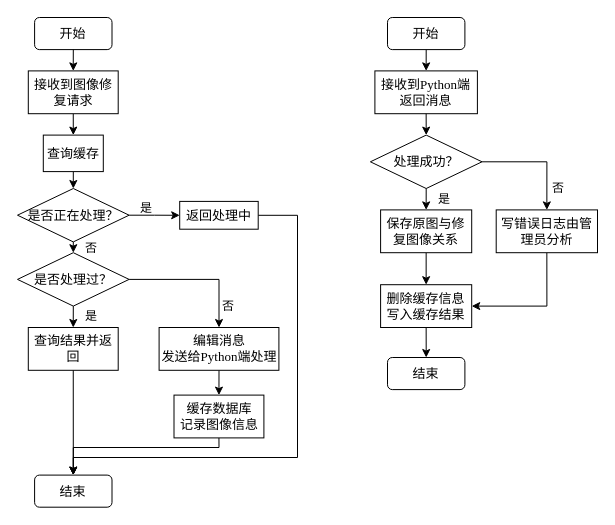
The draw.io diagram Java端流程.drawio in LiSoulSpace/GitBook, before the edit. Source tidied: cells renumbered, new cells numbered last; positions are measured from the earlier drawing's top-left corner, leaving out a move shared by most shapes. Both pictures are drawn from the tidied source at 100%, with x=0, y=0 at pixel (17, 17).
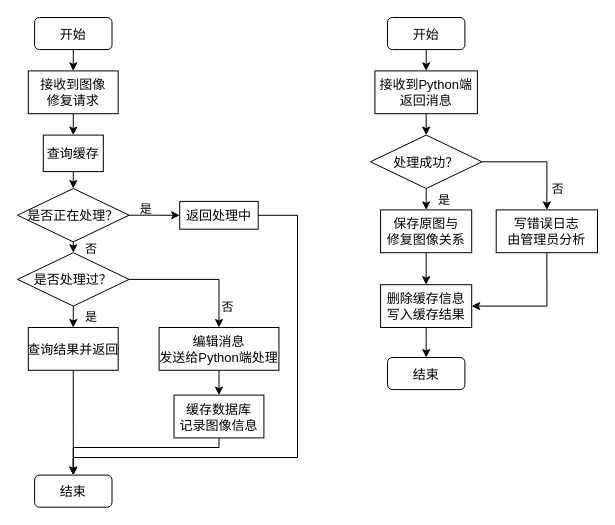
After the change.

Commit message:
更新Java端流程.drawio

The edit, as a diff of the source:
```diff
@@
-    <mxCell id="2" value="开始" style="rounded=1;whiteSpace=wrap;html=1;fontSize=13;fontFamily=宋体;" parent="1" vertex="1">
+    <mxCell id="2" value="开始" style="rounded=1;fontSize=13;fontFamily=宋体;" parent="1" vertex="1">
       <mxGeometry x="17.1" width="77.4" height="32.1" as="geometry" />
     </mxCell>
-    <mxCell id="3" style="edgeStyle=orthogonalEdgeStyle;rounded=0;jettySize=auto;html=1;exitX=0.5;exitY=1;exitDx=0;exitDy=0;entryX=0.5;entryY=0;entryDx=0;entryDy=0;" parent="1" edge="1" source="4" target="36">
+    <mxCell id="3" style="edgeStyle=orthogonalEdgeStyle;rounded=0;jettySize=auto;exitX=0.5;exitY=1;exitDx=0;exitDy=0;entryX=0.5;entryY=0;entryDx=0;entryDy=0;" parent="1" edge="1" source="4" target="36">
       <mxGeometry relative="1" as="geometry" />
     </mxCell>
-    <mxCell id="4" value="接收到图像修复请求" style="rounded=0;whiteSpace=wrap;html=1;fontSize=13;fontFamily=宋体;" parent="1" vertex="1">
+    <mxCell id="4" value="接收到图像&#10;修复请求" style="rounded=0;fontSize=13;fontFamily=宋体;" parent="1" vertex="1">
       <mxGeometry x="10.8" y="53.4" width="89.9" height="42.8" as="geometry" />
     </mxCell>
-    <mxCell id="5" style="edgeStyle=orthogonalEdgeStyle;rounded=0;jettySize=auto;html=1;exitX=0.5;exitY=1;exitDx=0;exitDy=0;entryX=0.5;entryY=0;entryDx=0;entryDy=0;fontFamily=宋体;" parent="1" edge="1" source="2" target="4">
+    <mxCell id="5" style="edgeStyle=orthogonalEdgeStyle;rounded=0;jettySize=auto;exitX=0.5;exitY=1;exitDx=0;exitDy=0;entryX=0.5;entryY=0;entryDx=0;entryDy=0;fontFamily=宋体;" parent="1" edge="1" source="2" target="4">
       <mxGeometry relative="1" as="geometry" />
     </mxCell>
-    <mxCell id="6" value="是否处理过？" style="rhombus;whiteSpace=wrap;html=1;fontSize=13;fontFamily=宋体;" parent="1" vertex="1">
+    <mxCell id="6" value="是否处理过？" style="rhombus;fontSize=13;fontFamily=宋体;" parent="1" vertex="1">
       <mxGeometry y="235.2" width="111.6" height="53.4" as="geometry" />
     </mxCell>
-    <mxCell id="7" value="查询结果并返回" style="rounded=0;whiteSpace=wrap;html=1;fontSize=13;fontFamily=宋体;" parent="1" vertex="1">
+    <mxCell id="7" value="查询结果并返回" style="rounded=0;fontSize=13;fontFamily=宋体;" parent="1" vertex="1">
       <mxGeometry x="10.8" y="310" width="89.9" height="42.8" as="geometry" />
     </mxCell>
-    <mxCell id="8" style="edgeStyle=orthogonalEdgeStyle;rounded=0;jettySize=auto;html=1;exitX=0.5;exitY=1;exitDx=0;exitDy=0;entryX=0.5;entryY=0;entryDx=0;entryDy=0;fontFamily=宋体;" parent="1" edge="1" source="6" target="7">
+    <mxCell id="8" style="edgeStyle=orthogonalEdgeStyle;rounded=0;jettySize=auto;exitX=0.5;exitY=1;exitDx=0;exitDy=0;entryX=0.5;entryY=0;entryDx=0;entryDy=0;fontFamily=宋体;" parent="1" edge="1" source="6" target="7">
       <mxGeometry relative="1" as="geometry" />
     </mxCell>
-    <mxCell id="9" value="结束" style="rounded=1;whiteSpace=wrap;html=1;fontSize=13;fontFamily=宋体;" parent="1" vertex="1">
+    <mxCell id="9" value="结束" style="rounded=1;fontSize=13;fontFamily=宋体;" parent="1" vertex="1">
       <mxGeometry x="17.1" y="457.6" width="77.4" height="32.1" as="geometry" />
     </mxCell>
-    <mxCell id="10" style="edgeStyle=orthogonalEdgeStyle;rounded=0;jettySize=auto;html=1;exitX=0.5;exitY=1;exitDx=0;exitDy=0;entryX=0.5;entryY=0;entryDx=0;entryDy=0;fontFamily=宋体;" parent="1" edge="1" source="7" target="9">
+    <mxCell id="10" style="edgeStyle=orthogonalEdgeStyle;rounded=0;jettySize=auto;exitX=0.5;exitY=1;exitDx=0;exitDy=0;entryX=0.5;entryY=0;entryDx=0;entryDy=0;fontFamily=宋体;" parent="1" edge="1" source="7" target="9">
       <mxGeometry relative="1" as="geometry" />
     </mxCell>
-    <mxCell id="11" style="edgeStyle=orthogonalEdgeStyle;rounded=0;jettySize=auto;html=1;exitX=0.5;exitY=1;exitDx=0;exitDy=0;entryX=0.5;entryY=0;entryDx=0;entryDy=0;" parent="1" edge="1" source="12" target="31">
+    <mxCell id="11" style="edgeStyle=orthogonalEdgeStyle;rounded=0;jettySize=auto;exitX=0.5;exitY=1;exitDx=0;exitDy=0;entryX=0.5;entryY=0;entryDx=0;entryDy=0;" parent="1" edge="1" source="12" target="31">
       <mxGeometry relative="1" as="geometry" />
     </mxCell>
-    <mxCell id="12" value="编辑消息&lt;br&gt;发送给&lt;font face=&quot;Times New Roman&quot;&gt;Python&lt;/font&gt;端处理" style="rounded=0;whiteSpace=wrap;html=1;fontSize=13;fontFamily=宋体;" parent="1" vertex="1">
+    <mxCell id="12" value="编辑消息&#10;发送给Python端处理" style="rounded=0;fontSize=13;fontFamily=宋体;" parent="1" vertex="1">
       <mxGeometry x="141.6" y="310" width="119.8" height="42.8" as="geometry" />
     </mxCell>
-    <mxCell id="13" style="edgeStyle=orthogonalEdgeStyle;rounded=0;jettySize=auto;html=1;exitX=1;exitY=0.5;exitDx=0;exitDy=0;entryX=0.5;entryY=0;entryDx=0;entryDy=0;fontFamily=宋体;" parent="1" edge="1" source="6" target="12">
+    <mxCell id="13" style="edgeStyle=orthogonalEdgeStyle;rounded=0;jettySize=auto;exitX=1;exitY=0.5;exitDx=0;exitDy=0;entryX=0.5;entryY=0;entryDx=0;entryDy=0;fontFamily=宋体;" parent="1" edge="1" source="6" target="12">
       <mxGeometry relative="1" as="geometry" />
     </mxCell>
-    <mxCell id="14" value="接收到&lt;font face=&quot;Times New Roman&quot;&gt;Python&lt;/font&gt;端返回消息" style="rounded=0;whiteSpace=wrap;html=1;fontSize=13;fontFamily=宋体;" parent="1" vertex="1">
+    <mxCell id="14" value="接收到Python端&#10;返回消息" style="rounded=0;fontSize=13;fontFamily=宋体;" parent="1" vertex="1">
       <mxGeometry x="357.4" y="53.4" width="102.5" height="42.8" as="geometry" />
     </mxCell>
-    <mxCell id="15" style="edgeStyle=orthogonalEdgeStyle;rounded=0;jettySize=auto;html=1;exitX=0.5;exitY=1;exitDx=0;exitDy=0;entryX=0.5;entryY=0;entryDx=0;entryDy=0;fontFamily=宋体;" parent="1" edge="1" source="16" target="14">
+    <mxCell id="15" style="edgeStyle=orthogonalEdgeStyle;rounded=0;jettySize=auto;exitX=0.5;exitY=1;exitDx=0;exitDy=0;entryX=0.5;entryY=0;entryDx=0;entryDy=0;fontFamily=宋体;" parent="1" edge="1" source="16" target="14">
       <mxGeometry relative="1" as="geometry" />
     </mxCell>
-    <mxCell id="16" value="开始" style="rounded=1;whiteSpace=wrap;html=1;fontSize=13;fontFamily=宋体;" parent="1" vertex="1">
+    <mxCell id="16" value="开始" style="rounded=1;fontSize=13;fontFamily=宋体;" parent="1" vertex="1">
       <mxGeometry x="370" width="77.4" height="32.1" as="geometry" />
     </mxCell>
-    <mxCell id="17" value="处理成功？" style="rhombus;whiteSpace=wrap;html=1;fontSize=13;fontFamily=宋体;" parent="1" vertex="1">
+    <mxCell id="17" value="处理成功？" style="rhombus;fontSize=13;fontFamily=宋体;" parent="1" vertex="1">
       <mxGeometry x="352.9" y="117.6" width="111.6" height="53.4" as="geometry" />
     </mxCell>
-    <mxCell id="18" style="edgeStyle=orthogonalEdgeStyle;rounded=0;jettySize=auto;html=1;exitX=0.5;exitY=1;exitDx=0;exitDy=0;entryX=0.5;entryY=0;entryDx=0;entryDy=0;fontFamily=宋体;" parent="1" edge="1" source="14" target="17">
+    <mxCell id="18" style="edgeStyle=orthogonalEdgeStyle;rounded=0;jettySize=auto;exitX=0.5;exitY=1;exitDx=0;exitDy=0;entryX=0.5;entryY=0;entryDx=0;entryDy=0;fontFamily=宋体;" parent="1" edge="1" source="14" target="17">
       <mxGeometry relative="1" as="geometry" />
     </mxCell>
-    <mxCell id="19" style="edgeStyle=orthogonalEdgeStyle;rounded=0;jettySize=auto;html=1;exitX=0.5;exitY=1;exitDx=0;exitDy=0;entryX=0.5;entryY=0;entryDx=0;entryDy=0;" parent="1" edge="1" source="20" target="42">
+    <mxCell id="19" style="edgeStyle=orthogonalEdgeStyle;rounded=0;jettySize=auto;exitX=0.5;exitY=1;exitDx=0;exitDy=0;entryX=0.5;entryY=0;entryDx=0;entryDy=0;" parent="1" edge="1" source="20" target="42">
       <mxGeometry relative="1" as="geometry" />
     </mxCell>
-    <mxCell id="20" value="保存原图与修复图像关系" style="rounded=0;whiteSpace=wrap;html=1;fontSize=13;fontFamily=宋体;" parent="1" vertex="1">
+    <mxCell id="20" value="保存原图与&#10;修复图像关系" style="rounded=0;fontSize=13;fontFamily=宋体;" parent="1" vertex="1">
       <mxGeometry x="363.1" y="192.4" width="91.1" height="42.8" as="geometry" />
     </mxCell>
-    <mxCell id="21" style="edgeStyle=orthogonalEdgeStyle;rounded=0;jettySize=auto;html=1;exitX=0.5;exitY=1;exitDx=0;exitDy=0;entryX=0.5;entryY=0;entryDx=0;entryDy=0;fontFamily=宋体;" parent="1" edge="1" source="17" target="20">
+    <mxCell id="21" style="edgeStyle=orthogonalEdgeStyle;rounded=0;jettySize=auto;exitX=0.5;exitY=1;exitDx=0;exitDy=0;entryX=0.5;entryY=0;entryDx=0;entryDy=0;fontFamily=宋体;" parent="1" edge="1" source="17" target="20">
       <mxGeometry relative="1" as="geometry" />
     </mxCell>
-    <mxCell id="22" style="edgeStyle=orthogonalEdgeStyle;rounded=0;jettySize=auto;html=1;exitX=0.5;exitY=1;exitDx=0;exitDy=0;entryX=1;entryY=0.5;entryDx=0;entryDy=0;" parent="1" edge="1" source="23" target="42">
+    <mxCell id="22" style="edgeStyle=orthogonalEdgeStyle;rounded=0;jettySize=auto;exitX=0.5;exitY=1;exitDx=0;exitDy=0;entryX=1;entryY=0.5;entryDx=0;entryDy=0;" parent="1" edge="1" source="23" target="42">
       <mxGeometry relative="1" as="geometry" />
     </mxCell>
-    <mxCell id="23" value="写错误日志由管理员分析" style="rounded=0;whiteSpace=wrap;html=1;fontSize=13;fontFamily=宋体;" parent="1" vertex="1">
+    <mxCell id="23" value="写错误日志&#10;由管理员分析" style="rounded=0;fontSize=13;fontFamily=宋体;" parent="1" vertex="1">
       <mxGeometry x="478.7" y="192.4" width="101.3" height="42.8" as="geometry" />
     </mxCell>
-    <mxCell id="24" style="edgeStyle=orthogonalEdgeStyle;rounded=0;jettySize=auto;html=1;exitX=1;exitY=0.5;exitDx=0;exitDy=0;entryX=0.5;entryY=0;entryDx=0;entryDy=0;fontFamily=宋体;" parent="1" edge="1" source="17" target="23">
+    <mxCell id="24" style="edgeStyle=orthogonalEdgeStyle;rounded=0;jettySize=auto;exitX=1;exitY=0.5;exitDx=0;exitDy=0;entryX=0.5;entryY=0;entryDx=0;entryDy=0;fontFamily=宋体;" parent="1" edge="1" source="17" target="23">
       <mxGeometry relative="1" as="geometry" />
     </mxCell>
-    <mxCell id="25" value="结束" style="rounded=1;whiteSpace=wrap;html=1;fontSize=13;fontFamily=宋体;" parent="1" vertex="1">
+    <mxCell id="25" value="结束" style="rounded=1;fontSize=13;fontFamily=宋体;" parent="1" vertex="1">
       <mxGeometry x="370" y="340" width="77.4" height="32.1" as="geometry" />
     </mxCell>
-    <mxCell id="26" value="是" style="text;html=1;strokeColor=none;fillColor=none;align=center;verticalAlign=middle;whiteSpace=wrap;rounded=0;fontFamily=宋体;" parent="1" vertex="1">
+    <mxCell id="26" value="是" style="text;strokeColor=none;fillColor=none;align=center;verticalAlign=middle;rounded=0;fontFamily=宋体;" parent="1" vertex="1">
       <mxGeometry x="56.9" y="288.6" width="34.2" height="21.4" as="geometry" />
     </mxCell>
-    <mxCell id="27" value="否" style="text;html=1;strokeColor=none;fillColor=none;align=center;verticalAlign=middle;whiteSpace=wrap;rounded=0;fontFamily=宋体;" parent="1" vertex="1">
+    <mxCell id="27" value="否" style="text;strokeColor=none;fillColor=none;align=center;verticalAlign=middle;rounded=0;fontFamily=宋体;" parent="1" vertex="1">
       <mxGeometry x="193.5" y="277.9" width="34.2" height="21.4" as="geometry" />
     </mxCell>
-    <mxCell id="28" value="是" style="text;html=1;strokeColor=none;fillColor=none;align=center;verticalAlign=middle;whiteSpace=wrap;rounded=0;fontFamily=宋体;" parent="1" vertex="1">
+    <mxCell id="28" value="是" style="text;strokeColor=none;fillColor=none;align=center;verticalAlign=middle;rounded=0;fontFamily=宋体;" parent="1" vertex="1">
       <mxGeometry x="409.8" y="171" width="34.2" height="21.4" as="geometry" />
     </mxCell>
-    <mxCell id="29" value="否" style="text;html=1;strokeColor=none;fillColor=none;align=center;verticalAlign=middle;whiteSpace=wrap;rounded=0;fontFamily=宋体;" parent="1" vertex="1">
+    <mxCell id="29" value="否" style="text;strokeColor=none;fillColor=none;align=center;verticalAlign=middle;rounded=0;fontFamily=宋体;" parent="1" vertex="1">
       <mxGeometry x="523.7" y="160.3" width="34.2" height="21.4" as="geometry" />
     </mxCell>
-    <mxCell id="30" style="edgeStyle=orthogonalEdgeStyle;rounded=0;jettySize=auto;html=1;exitX=0.5;exitY=1;exitDx=0;exitDy=0;entryX=0.5;entryY=0;entryDx=0;entryDy=0;" parent="1" edge="1" source="31" target="9">
+    <mxCell id="30" style="edgeStyle=orthogonalEdgeStyle;rounded=0;jettySize=auto;exitX=0.5;exitY=1;exitDx=0;exitDy=0;entryX=0.5;entryY=0;entryDx=0;entryDy=0;" parent="1" edge="1" source="31" target="9">
       <mxGeometry relative="1" as="geometry">
         <Array as="points">
           <mxPoint x="202" y="430" />
           <mxPoint x="56" y="430" />
         </Array>
       </mxGeometry>
     </mxCell>
-    <mxCell id="31" value="缓存数据库&lt;br&gt;记录图像信息" style="rounded=0;whiteSpace=wrap;html=1;fontSize=13;fontFamily=宋体;" parent="1" vertex="1">
+    <mxCell id="31" value="缓存数据库&#10;记录图像信息" style="rounded=0;fontSize=13;fontFamily=宋体;" parent="1" vertex="1">
       <mxGeometry x="156.5" y="377.6" width="89.9" height="42.8" as="geometry" />
     </mxCell>
-    <mxCell id="32" style="edgeStyle=orthogonalEdgeStyle;rounded=0;jettySize=auto;html=1;exitX=0.5;exitY=1;exitDx=0;exitDy=0;entryX=0.5;entryY=0;entryDx=0;entryDy=0;" parent="1" edge="1" source="34" target="6">
+    <mxCell id="32" style="edgeStyle=orthogonalEdgeStyle;rounded=0;jettySize=auto;exitX=0.5;exitY=1;exitDx=0;exitDy=0;entryX=0.5;entryY=0;entryDx=0;entryDy=0;" parent="1" edge="1" source="34" target="6">
       <mxGeometry relative="1" as="geometry" />
     </mxCell>
-    <mxCell id="33" style="edgeStyle=orthogonalEdgeStyle;rounded=0;jettySize=auto;html=1;" parent="1" edge="1" source="34" target="38">
+    <mxCell id="33" style="edgeStyle=orthogonalEdgeStyle;rounded=0;jettySize=auto;" parent="1" edge="1" source="34" target="38">
       <mxGeometry relative="1" as="geometry" />
     </mxCell>
-    <mxCell id="34" value="是否正在处理？" style="rhombus;whiteSpace=wrap;html=1;fontSize=13;fontFamily=宋体;" parent="1" vertex="1">
+    <mxCell id="34" value="是否正在处理？" style="rhombus;fontSize=13;fontFamily=宋体;" parent="1" vertex="1">
       <mxGeometry y="171" width="111.6" height="53.4" as="geometry" />
     </mxCell>
-    <mxCell id="35" style="edgeStyle=orthogonalEdgeStyle;rounded=0;jettySize=auto;html=1;exitX=0.5;exitY=1;exitDx=0;exitDy=0;entryX=0.5;entryY=0;entryDx=0;entryDy=0;" parent="1" edge="1" source="36" target="34">
+    <mxCell id="35" style="edgeStyle=orthogonalEdgeStyle;rounded=0;jettySize=auto;exitX=0.5;exitY=1;exitDx=0;exitDy=0;entryX=0.5;entryY=0;entryDx=0;entryDy=0;" parent="1" edge="1" source="36" target="34">
       <mxGeometry relative="1" as="geometry" />
     </mxCell>
-    <mxCell id="36" value="查询缓存" style="rounded=0;whiteSpace=wrap;html=1;fontSize=13;fontFamily=宋体;" parent="1" vertex="1">
+    <mxCell id="36" value="查询缓存" style="rounded=0;fontSize=13;fontFamily=宋体;" parent="1" vertex="1">
       <mxGeometry x="25.8" y="117.6" width="60" height="36.5" as="geometry" />
     </mxCell>
-    <mxCell id="37" style="edgeStyle=orthogonalEdgeStyle;rounded=0;jettySize=auto;html=1;exitX=1;exitY=0.5;exitDx=0;exitDy=0;entryX=0.5;entryY=0;entryDx=0;entryDy=0;" parent="1" edge="1" source="38" target="9">
+    <mxCell id="37" style="edgeStyle=orthogonalEdgeStyle;rounded=0;jettySize=auto;exitX=1;exitY=0.5;exitDx=0;exitDy=0;entryX=0.5;entryY=0;entryDx=0;entryDy=0;" parent="1" edge="1" source="38" target="9">
       <mxGeometry relative="1" as="geometry">
         <Array as="points">
           <mxPoint x="280" y="198" />
           <mxPoint x="280" y="440" />
           <mxPoint x="56" y="440" />
         </Array>
       </mxGeometry>
     </mxCell>
-    <mxCell id="38" value="返回处理中" style="whiteSpace=wrap;html=1;fontSize=13;fontFamily=宋体;" parent="1" vertex="1">
+    <mxCell id="38" value="返回处理中" style="fontSize=13;fontFamily=宋体;" parent="1" vertex="1">
       <mxGeometry x="162.2" y="183.9" width="78.5" height="27.8" as="geometry" />
     </mxCell>
-    <mxCell id="39" value="是" style="text;html=1;strokeColor=none;fillColor=none;align=center;verticalAlign=middle;whiteSpace=wrap;rounded=0;fontFamily=宋体;" parent="1" vertex="1">
+    <mxCell id="39" value="是" style="text;strokeColor=none;fillColor=none;align=center;verticalAlign=middle;rounded=0;fontFamily=宋体;" parent="1" vertex="1">
       <mxGeometry x="111.6" y="180" width="34.2" height="21.4" as="geometry" />
     </mxCell>
-    <mxCell id="40" value="否" style="text;html=1;strokeColor=none;fillColor=none;align=center;verticalAlign=middle;whiteSpace=wrap;rounded=0;fontFamily=宋体;" parent="1" vertex="1">
+    <mxCell id="40" value="否" style="text;strokeColor=none;fillColor=none;align=center;verticalAlign=middle;rounded=0;fontFamily=宋体;" parent="1" vertex="1">
       <mxGeometry x="56.9" y="220" width="34.2" height="21.4" as="geometry" />
     </mxCell>
-    <mxCell id="41" style="edgeStyle=orthogonalEdgeStyle;rounded=0;jettySize=auto;html=1;exitX=0.5;exitY=1;exitDx=0;exitDy=0;entryX=0.5;entryY=0;entryDx=0;entryDy=0;" parent="1" edge="1" source="42" target="25">
+    <mxCell id="41" style="edgeStyle=orthogonalEdgeStyle;rounded=0;jettySize=auto;exitX=0.5;exitY=1;exitDx=0;exitDy=0;entryX=0.5;entryY=0;entryDx=0;entryDy=0;" parent="1" edge="1" source="42" target="25">
       <mxGeometry relative="1" as="geometry" />
     </mxCell>
-    <mxCell id="42" value="删除缓存信息&lt;br&gt;写入缓存结果" style="rounded=0;whiteSpace=wrap;html=1;fontSize=13;fontFamily=宋体;" parent="1" vertex="1">
+    <mxCell id="42" value="删除缓存信息&#10;写入缓存结果" style="rounded=0;fontSize=13;fontFamily=宋体;" parent="1" vertex="1">
       <mxGeometry x="363.1" y="267.2" width="91.1" height="42.8" as="geometry" />
     </mxCell>
```
